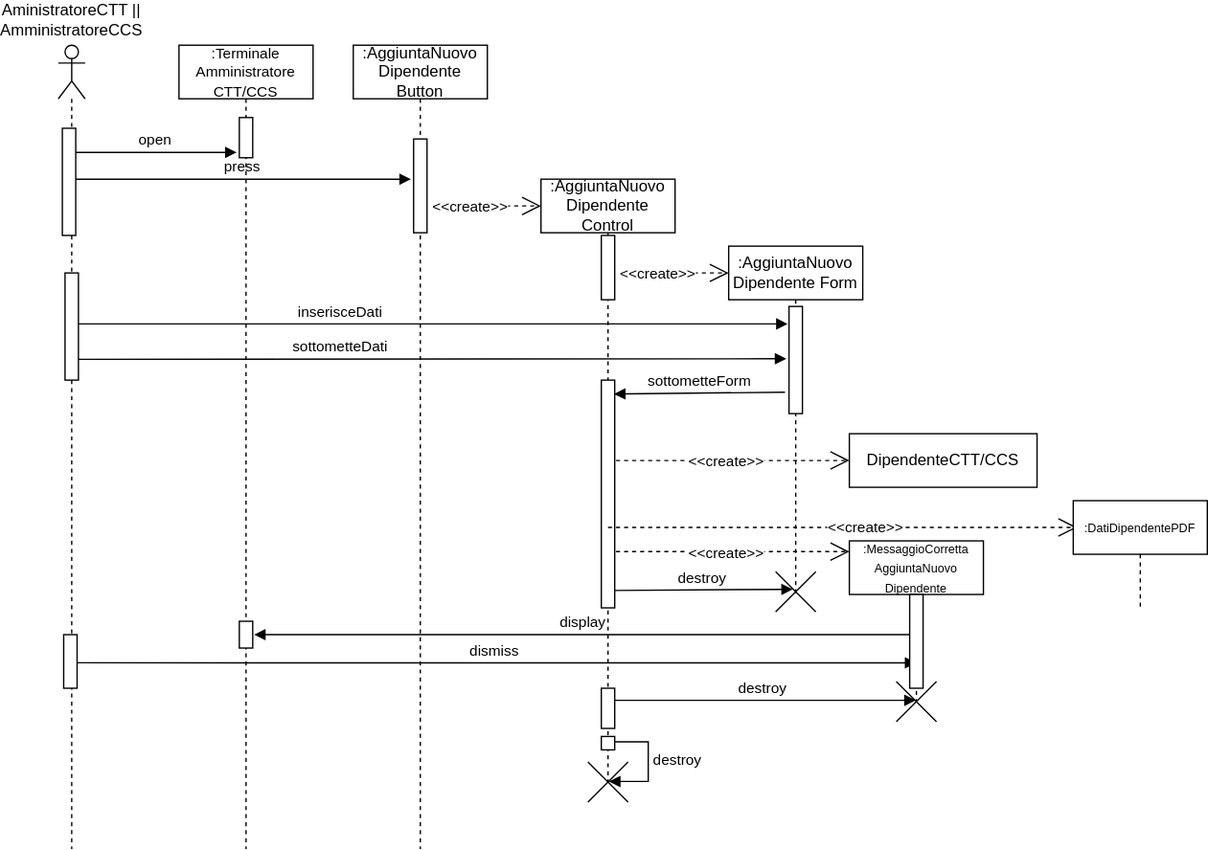
Earlier version of the draw.io export System Definition/Editabili/Sequence diagrams/.svg/AggiuntaNuovoDipendenteCTT_CCS.svg (MarcoRuta/Sistema-gestione-CCS-CTT-UnaRegione). Source tidied: cells renumbered, new cells last; positions are measured from the earlier drawing's top-left corner, leaving out a move shared by most shapes.
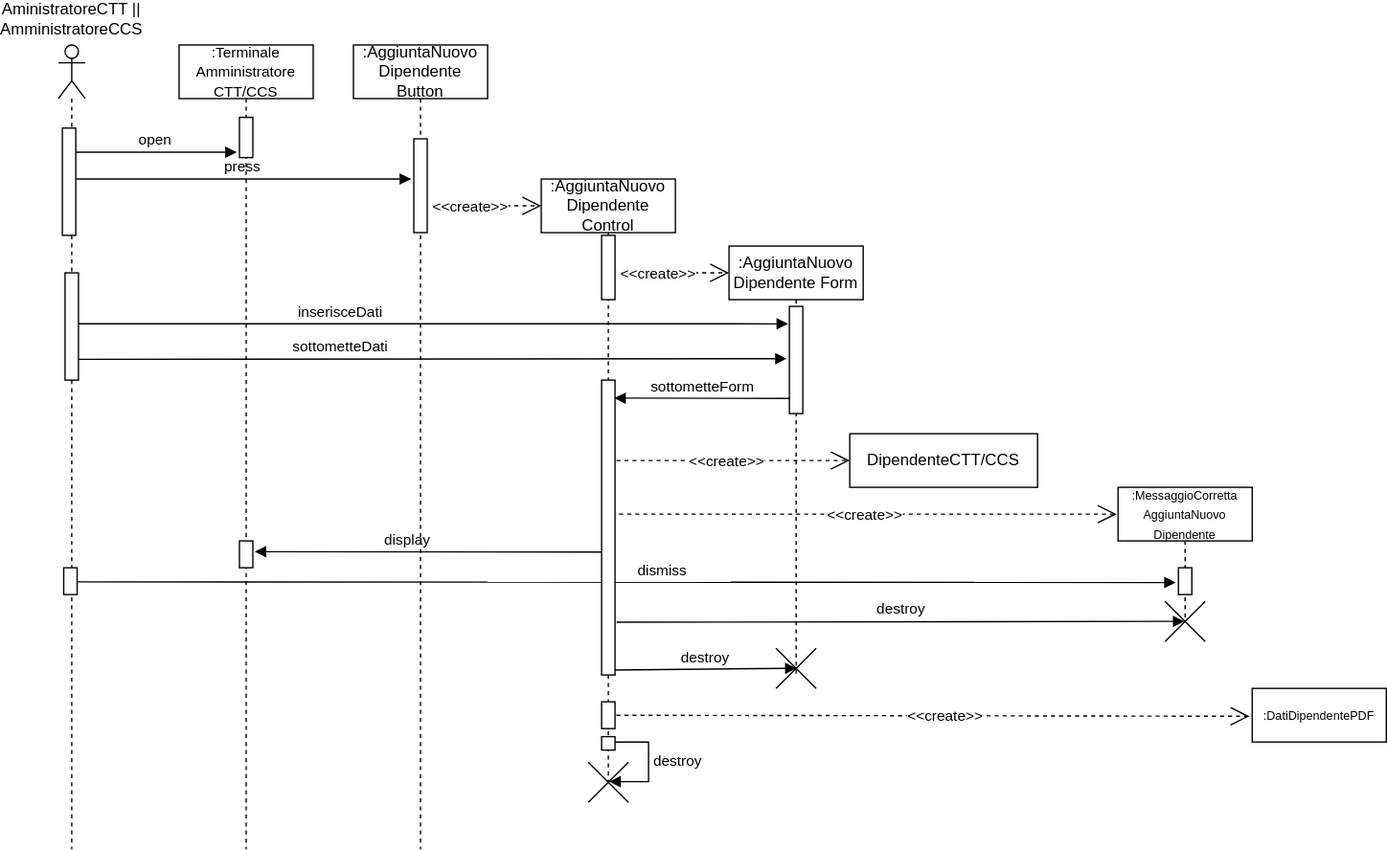
The same file after the commit.

The edit, as a diff of the source:
```diff
@@ -2,34 +2,29 @@
   <root>
     <mxCell id="0" />
     <mxCell id="1" parent="0" />
-    <mxCell id="2" value="destroy" style="html=1;verticalAlign=bottom;endArrow=block;" parent="1" edge="1" target="40">
-      <mxGeometry relative="1" as="geometry">
-        <mxPoint x="425" y="509" as="sourcePoint" />
-      </mxGeometry>
+    <mxCell id="2" value="destroy" style="html=1;verticalAlign=bottom;endArrow=block;exitX=1.114;exitY=0.821;exitDx=0;exitDy=0;exitPerimeter=0;" parent="1" edge="1" source="31" target="40">
+      <mxGeometry relative="1" as="geometry" />
     </mxCell>
-    <mxCell id="3" value="display" style="html=1;verticalAlign=bottom;endArrow=block;exitX=0.5;exitY=0.6;exitDx=0;exitDy=0;exitPerimeter=0;" parent="1" edge="1">
-      <mxGeometry relative="1" as="geometry">
-        <mxPoint x="651" y="460" as="sourcePoint" />
-        <mxPoint x="161" y="460" as="targetPoint" />
-      </mxGeometry>
+    <mxCell id="3" value="display" style="html=1;verticalAlign=bottom;endArrow=block;entryX=1.14;entryY=0.4;entryDx=0;entryDy=0;entryPerimeter=0;exitX=0.028;exitY=0.583;exitDx=0;exitDy=0;exitPerimeter=0;" parent="1" edge="1" source="31" target="24">
+      <mxGeometry x="0.12" relative="1" as="geometry" />
     </mxCell>
-    <mxCell id="4" value="dismiss" style="html=1;verticalAlign=bottom;endArrow=block;exitX=0.6;exitY=0.525;exitDx=0;exitDy=0;exitPerimeter=0;entryX=0.5;entryY=0.729;entryDx=0;entryDy=0;entryPerimeter=0;" parent="1" edge="1" source="18" target="41">
-      <mxGeometry relative="1" as="geometry" />
+    <mxCell id="4" value="dismiss" style="html=1;verticalAlign=bottom;endArrow=block;exitX=0.6;exitY=0.525;exitDx=0;exitDy=0;exitPerimeter=0;" parent="1" edge="1" source="18">
+      <mxGeometry x="0.07" relative="1" as="geometry">
+        <mxPoint x="848" y="421" as="targetPoint" />
+      </mxGeometry>
     </mxCell>
-    <mxCell id="5" value="destroy" style="html=1;verticalAlign=bottom;endArrow=block;entryX=0.429;entryY=0.438;entryDx=0;entryDy=0;entryPerimeter=0;" parent="1" edge="1" target="16">
-      <mxGeometry relative="1" as="geometry">
-        <mxPoint x="428" y="427" as="sourcePoint" />
-      </mxGeometry>
+    <mxCell id="5" value="destroy" style="html=1;verticalAlign=bottom;endArrow=block;entryX=0.513;entryY=0.5;entryDx=0;entryDy=0;entryPerimeter=0;exitX=0.94;exitY=0.983;exitDx=0;exitDy=0;exitPerimeter=0;" parent="1" edge="1" source="31" target="16">
+      <mxGeometry relative="1" as="geometry" />
     </mxCell>
     <mxCell id="6" style="endArrow=open;dashed=1;endFill=0;endSize=12;html=1;" parent="1" edge="1">
       <mxGeometry relative="1" as="geometry">
-        <mxPoint x="425" y="398" as="sourcePoint" />
-        <mxPoint x="605" y="398" as="targetPoint" />
+        <mxPoint x="433" y="370" as="sourcePoint" />
+        <mxPoint x="804" y="370" as="targetPoint" />
       </mxGeometry>
     </mxCell>
     <mxCell id="7" value="&amp;lt;&amp;lt;create&amp;gt;&amp;gt;" style="edgeLabel;html=1;align=center;verticalAlign=middle;" parent="6" vertex="1">
       <mxGeometry x="0.23" y="3" relative="1" as="geometry">
-        <mxPoint x="-23" y="3" as="offset" />
+        <mxPoint x="-45" y="3" as="offset" />
       </mxGeometry>
     </mxCell>
     <mxCell id="8" style="endArrow=open;dashed=1;endFill=0;endSize=12;html=1;" parent="1" edge="1">
@@ -65,19 +60,16 @@
       </mxGeometry>
     </mxCell>
     <mxCell id="14" value=":AggiuntaNuovo Dipendente Form " style="shape=umlLifeline;perimeter=lifelinePerimeter;whiteSpace=wrap;html=1;" parent="1" vertex="1">
-      <mxGeometry x="515" y="170" width="100" height="260" as="geometry" />
+      <mxGeometry x="515" y="170" width="100" height="320" as="geometry" />
     </mxCell>
     <mxCell id="15" style="html=1;points=[];perimeter=orthogonalPerimeter;" parent="14" vertex="1">
       <mxGeometry x="45" y="45" width="10" height="80" as="geometry" />
     </mxCell>
-    <mxCell id="16" style="shape=umlDestroy;fillColor=#ffffff;fontSize=8;" parent="14" vertex="1">
-      <mxGeometry x="35" y="243" width="30" height="30" as="geometry" />
-    </mxCell>
     <mxCell id="17" style="shape=umlLifeline;participant=umlActor;perimeter=lifelinePerimeter;whiteSpace=wrap;html=1;verticalAlign=top;spacingTop=36;" parent="1" vertex="1">
       <mxGeometry x="15" y="20" width="20" height="600" as="geometry" />
     </mxCell>
     <mxCell id="18" style="html=1;points=[];perimeter=orthogonalPerimeter;fillColor=#ffffff;" parent="17" vertex="1">
-      <mxGeometry x="4" y="440" width="10" height="40" as="geometry" />
+      <mxGeometry x="4" y="390" width="10" height="20" as="geometry" />
     </mxCell>
     <mxCell id="19" style="html=1;perimeter=orthogonalPerimeter;fillColor=#ffffff;" parent="17" vertex="1">
       <mxGeometry x="3" y="62" width="10" height="80" as="geometry" />
@@ -95,7 +87,7 @@
       <mxGeometry x="45" y="54" width="10" height="30" as="geometry" />
     </mxCell>
     <mxCell id="24" style="html=1;points=[];perimeter=orthogonalPerimeter;fillColor=#ffffff;" parent="22" vertex="1">
-      <mxGeometry x="45" y="430" width="10" height="20" as="geometry" />
+      <mxGeometry x="45" y="370" width="10" height="20" as="geometry" />
     </mxCell>
     <mxCell id="25" value=":AggiuntaNuovo Dipendente Button" style="shape=umlLifeline;perimeter=lifelinePerimeter;whiteSpace=wrap;html=1;" parent="1" vertex="1">
       <mxGeometry x="235" y="20" width="100" height="600" as="geometry" />
@@ -117,15 +109,6 @@
     <mxCell id="29" value=":AggiuntaNuovo Dipendente Control" style="shape=umlLifeline;perimeter=lifelinePerimeter;whiteSpace=wrap;html=1;" parent="1" vertex="1">
       <mxGeometry x="375" y="120" width="100" height="450" as="geometry" />
     </mxCell>
-    <mxCell id="30" style="html=1;perimeter=orthogonalPerimeter;" parent="29" vertex="1">
-      <mxGeometry x="45" y="42" width="10" height="48" as="geometry" />
-    </mxCell>
-    <mxCell id="31" style="html=1;points=[];perimeter=orthogonalPerimeter;" parent="29" vertex="1">
-      <mxGeometry x="45" y="150" width="10" height="170" as="geometry" />
-    </mxCell>
-    <mxCell id="32" style="html=1;perimeter=orthogonalPerimeter;" parent="29" vertex="1">
-      <mxGeometry x="45" y="380" width="10" height="30" as="geometry" />
-    </mxCell>
     <mxCell id="33" value="destroy" style="edgeStyle=orthogonalEdgeStyle;html=1;align=left;spacingLeft=2;endArrow=block;rounded=0;entryX=0.524;entryY=0.486;entryDx=0;entryDy=0;entryPerimeter=0;" parent="29" edge="1" target="35">
       <mxGeometry relative="1" as="geometry">
         <mxPoint x="50" y="420" as="sourcePoint" />
@@ -152,33 +135,45 @@
         <mxPoint x="-23" y="3" as="offset" />
       </mxGeometry>
     </mxCell>
-    <mxCell id="38" value="sottometteForm" style="html=1;verticalAlign=bottom;endArrow=block;exitX=-0.3;exitY=0.8;exitDx=0;exitDy=0;exitPerimeter=0;entryX=0.943;entryY=0.061;entryDx=0;entryDy=0;entryPerimeter=0;" parent="1" edge="1" source="15" target="31">
+    <mxCell id="38" value="sottometteForm" style="html=1;verticalAlign=bottom;endArrow=block;entryX=0.943;entryY=0.061;entryDx=0;entryDy=0;entryPerimeter=0;exitX=0.029;exitY=0.859;exitDx=0;exitDy=0;exitPerimeter=0;" parent="1" edge="1" source="15" target="31">
       <mxGeometry relative="1" as="geometry" />
     </mxCell>
     <mxCell id="39" value="DipendenteCTT/CCS" style="shape=umlLifeline;perimeter=lifelinePerimeter;whiteSpace=wrap;html=1;" parent="1" vertex="1">
       <mxGeometry x="605" y="310" width="140" height="40" as="geometry" />
     </mxCell>
     <mxCell id="40" value="&lt;font style=&quot;font-size: 9px&quot;&gt;:MessaggioCorretta AggiuntaNuovo Dipendente&lt;br&gt;&lt;/font&gt;" style="shape=umlLifeline;perimeter=lifelinePerimeter;whiteSpace=wrap;html=1;outlineConnect=0;" parent="1" vertex="1">
-      <mxGeometry x="605" y="390" width="100" height="120" as="geometry" />
+      <mxGeometry x="805" y="350" width="100" height="100" as="geometry" />
     </mxCell>
-    <mxCell id="41" style="html=1;points=[];perimeter=orthogonalPerimeter;" parent="40" vertex="1">
-      <mxGeometry x="45" y="40" width="10" height="70" as="geometry" />
-    </mxCell>
     <mxCell id="42" style="shape=umlDestroy;fillColor=#ffffff;fontSize=8;" parent="1" vertex="1">
-      <mxGeometry x="640" y="495" width="30" height="30" as="geometry" />
+      <mxGeometry x="840" y="435" width="30" height="30" as="geometry" />
     </mxCell>
-    <mxCell id="43" style="endArrow=open;dashed=1;endFill=0;endSize=12;html=1;exitX=0.5;exitY=0.647;exitDx=0;exitDy=0;exitPerimeter=0;" parent="1" edge="1" source="31">
+    <mxCell id="43" style="endArrow=open;dashed=1;endFill=0;endSize=12;html=1;entryX=-0.02;entryY=0.52;entryDx=0;entryDy=0;entryPerimeter=0;" parent="1" edge="1" target="45">
       <mxGeometry relative="1" as="geometry">
-        <mxPoint x="775" y="380" as="targetPoint" />
+        <mxPoint x="425" y="520" as="sourcePoint" />
       </mxGeometry>
     </mxCell>
     <mxCell id="44" value="&amp;lt;&amp;lt;create&amp;gt;&amp;gt;" style="edgeLabel;html=1;align=center;verticalAlign=middle;" parent="43" vertex="1">
       <mxGeometry x="0.23" y="3" relative="1" as="geometry">
-        <mxPoint x="-23" y="3" as="offset" />
+        <mxPoint x="-43" y="3" as="offset" />
       </mxGeometry>
     </mxCell>
     <mxCell id="45" value="&lt;font style=&quot;font-size: 9px&quot;&gt;:DatiDipendentePDF&lt;br&gt;&lt;/font&gt;" style="shape=umlLifeline;perimeter=lifelinePerimeter;whiteSpace=wrap;html=1;outlineConnect=0;" parent="1" vertex="1">
-      <mxGeometry x="772" y="360" width="100" height="80" as="geometry" />
+      <mxGeometry x="905" y="500" width="100" height="40" as="geometry" />
     </mxCell>
+    <mxCell id="41" style="html=1;points=[];perimeter=orthogonalPerimeter;" parent="1" vertex="1">
+      <mxGeometry x="850" y="410" width="10" height="20" as="geometry" />
+    </mxCell>
+    <mxCell id="16" style="shape=umlDestroy;fillColor=#ffffff;fontSize=8;" parent="1" vertex="1">
+      <mxGeometry x="550" y="470" width="30" height="30" as="geometry" />
+    </mxCell>
+    <mxCell id="31" style="html=1;points=[];perimeter=orthogonalPerimeter;" parent="1" vertex="1">
+      <mxGeometry x="420" y="270" width="10" height="220" as="geometry" />
+    </mxCell>
+    <mxCell id="30" style="html=1;perimeter=orthogonalPerimeter;" parent="1" vertex="1">
+      <mxGeometry x="420" y="162" width="10" height="48" as="geometry" />
+    </mxCell>
+    <mxCell id="46" style="html=1;perimeter=orthogonalPerimeter;" parent="1" vertex="1">
+      <mxGeometry x="420" y="510" width="10" height="20" as="geometry" />
+    </mxCell>
   </root>
 </mxGraphModel>
```
